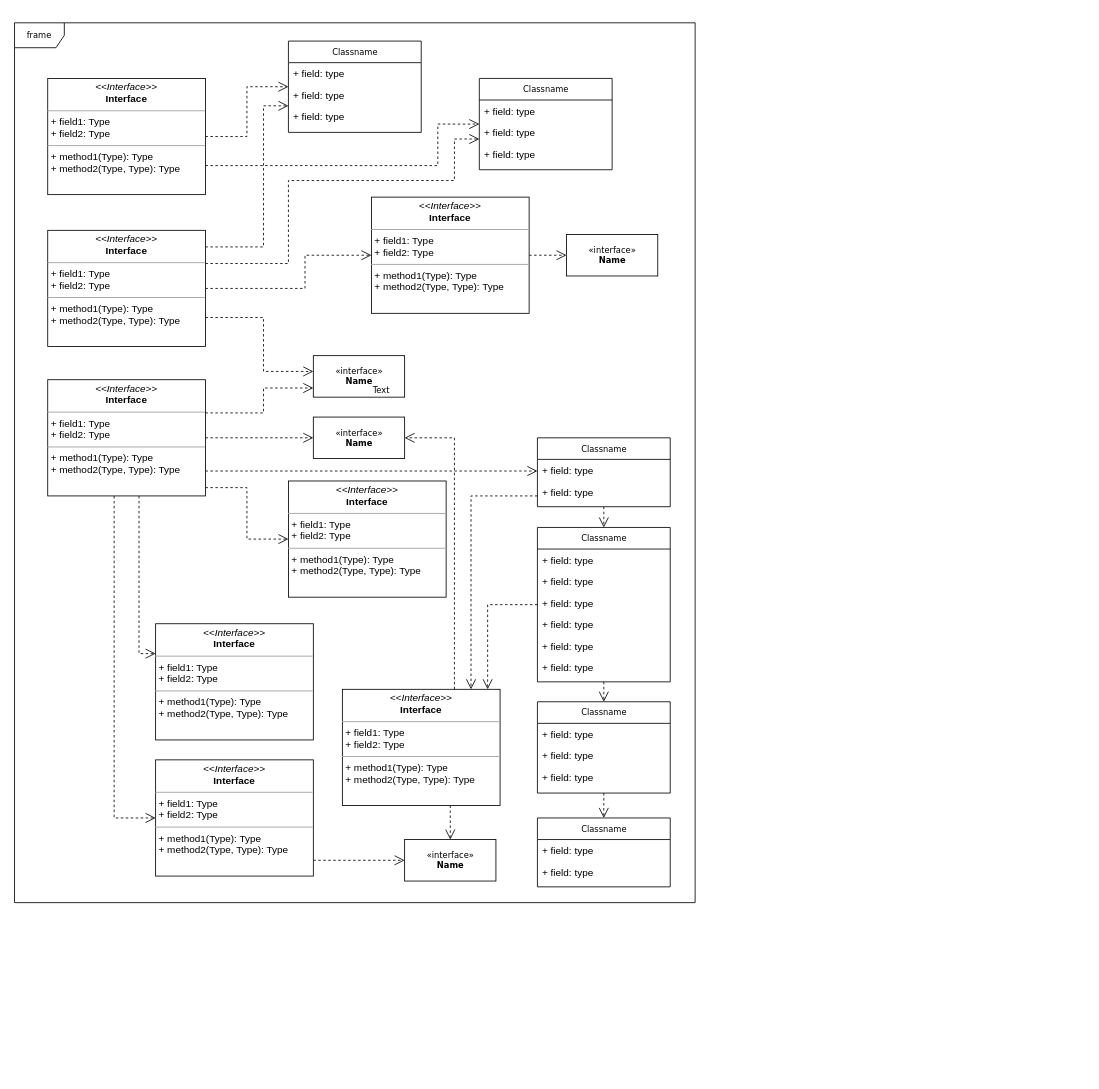
Above: Untitled Diagram.drawio in marcosluduea89/proyecto_programador (draw.io), before the change. Source tidied: cells renumbered, new cells numbered last; positions are measured from the earlier drawing's top-left corner, leaving out a move shared by most shapes. Both pictures are drawn from the tidied source at 83%, with x=0, y=0 at pixel (14, 22).
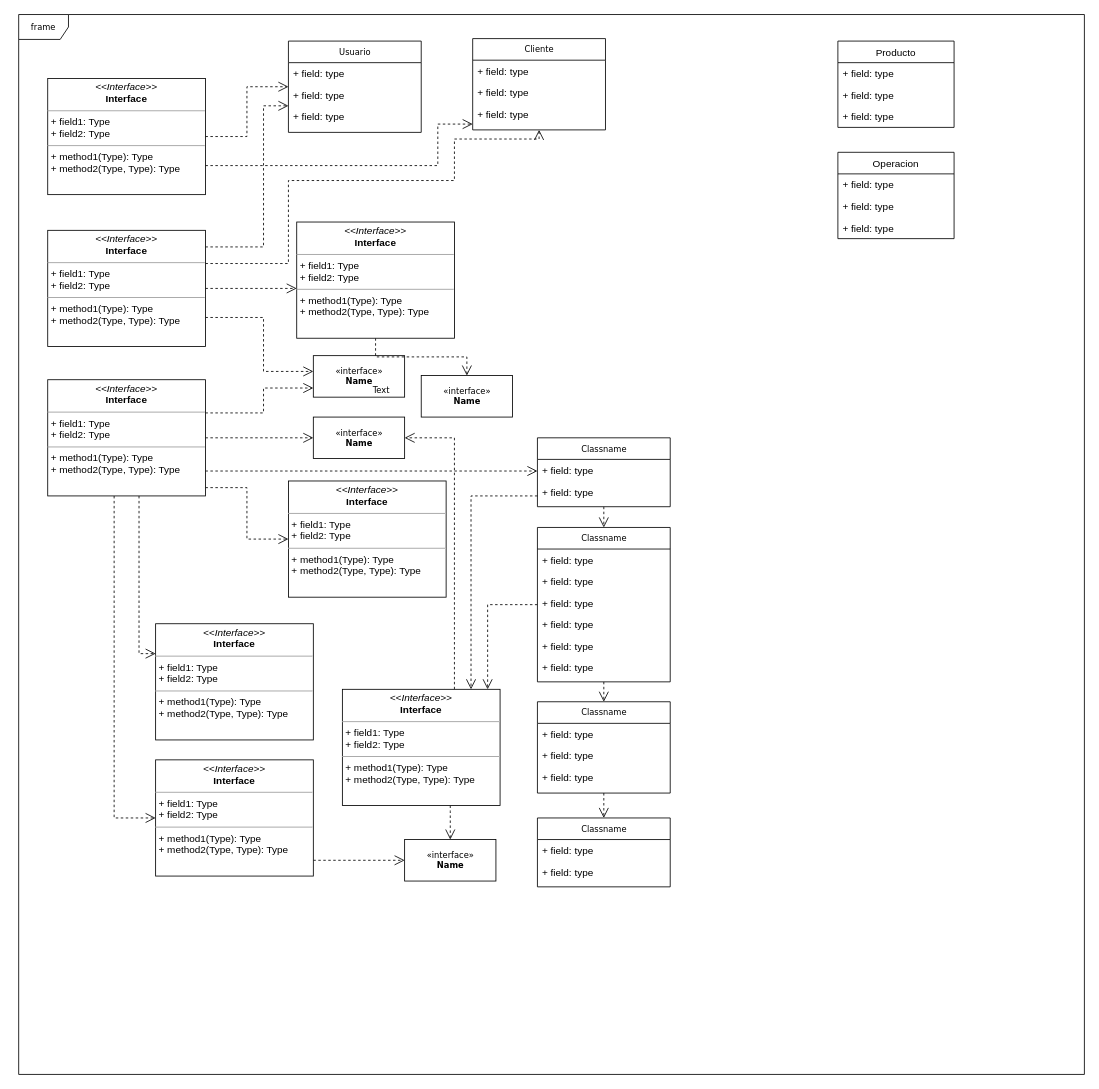
Above is the later version.

Change to the diagram source:
```diff
@@
     <mxCell id="2" value="frame" style="shape=umlFrame;whiteSpace=wrap;html=1;rounded=0;shadow=0;comic=0;labelBackgroundColor=none;strokeWidth=1;fontFamily=Verdana;fontSize=10;align=center;" parent="1" vertex="1">
-      <mxGeometry width="820" height="1060" as="geometry" />
+      <mxGeometry x="5" y="-10" width="1284" height="1277" as="geometry" />
     </mxCell>
@@
-    <mxCell id="12" value="Classname" style="swimlane;html=1;fontStyle=0;horizontal=1;startSize=26;fillColor=none;swimlaneFillColor=#ffffff;rounded=0;shadow=0;comic=0;labelBackgroundColor=none;strokeWidth=1;fontFamily=Verdana;fontSize=10;align=center;" parent="1" vertex="1">
+    <mxCell id="12" value="Usuario" style="swimlane;html=1;fontStyle=0;horizontal=1;startSize=26;fillColor=none;swimlaneFillColor=#ffffff;rounded=0;shadow=0;comic=0;labelBackgroundColor=none;strokeWidth=1;fontFamily=Verdana;fontSize=10;align=center;" parent="1" vertex="1">
       <mxGeometry x="330" y="22" width="160" height="110" as="geometry" />
     </mxCell>
@@
-    <mxCell id="16" value="Classname" style="swimlane;html=1;fontStyle=0;horizontal=1;startSize=26;fillColor=none;swimlaneFillColor=#ffffff;rounded=0;shadow=0;comic=0;labelBackgroundColor=none;strokeWidth=1;fontFamily=Verdana;fontSize=10;align=center;" parent="1" vertex="1">
-      <mxGeometry x="560" y="67" width="160" height="110" as="geometry" />
+    <mxCell id="16" value="Cliente" style="swimlane;html=1;fontStyle=0;horizontal=1;startSize=26;fillColor=none;swimlaneFillColor=#ffffff;rounded=0;shadow=0;comic=0;labelBackgroundColor=none;strokeWidth=1;fontFamily=Verdana;fontSize=10;align=center;" parent="1" vertex="1">
+      <mxGeometry x="552" y="19" width="160" height="110" as="geometry" />
     </mxCell>
@@
     <mxCell id="43" value="&lt;p style=&quot;margin:0px;margin-top:4px;text-align:center;&quot;&gt;&lt;i&gt;&amp;lt;&amp;lt;Interface&amp;gt;&amp;gt;&lt;/i&gt;&lt;br/&gt;&lt;b&gt;Interface&lt;/b&gt;&lt;/p&gt;&lt;hr size=&quot;1&quot;/&gt;&lt;p style=&quot;margin:0px;margin-left:4px;&quot;&gt;+ field1: Type&lt;br/&gt;+ field2: Type&lt;/p&gt;&lt;hr size=&quot;1&quot;/&gt;&lt;p style=&quot;margin:0px;margin-left:4px;&quot;&gt;+ method1(Type): Type&lt;br/&gt;+ method2(Type, Type): Type&lt;/p&gt;" style="verticalAlign=top;align=left;overflow=fill;fontSize=12;fontFamily=Helvetica;html=1;rounded=0;shadow=0;comic=0;labelBackgroundColor=none;strokeWidth=1;" parent="1" vertex="1">
-      <mxGeometry x="430" y="210" width="190" height="140" as="geometry" />
+      <mxGeometry x="340" y="240" width="190" height="140" as="geometry" />
     </mxCell>
@@
     <mxCell id="45" value="&amp;laquo;interface&amp;raquo;&lt;br&gt;&lt;b&gt;Name&lt;/b&gt;" style="html=1;rounded=0;shadow=0;comic=0;labelBackgroundColor=none;strokeWidth=1;fontFamily=Verdana;fontSize=10;align=center;" parent="1" vertex="1">
-      <mxGeometry x="665" y="255" width="110" height="50" as="geometry" />
+      <mxGeometry x="490" y="425" width="110" height="50" as="geometry" />
     </mxCell>
@@
+    <mxCell id="62" value="Producto" style="swimlane;fontStyle=0;horizontal=1;startSize=26;fillColor=none;" parent="1" vertex="1">
+      <mxGeometry x="992" y="22" width="140" height="104" as="geometry" />
+    </mxCell>
+    <mxCell id="63" value="+ field: type" style="text;strokeColor=none;fillColor=none;align=left;verticalAlign=top;spacingLeft=4;spacingRight=4;overflow=hidden;" parent="62" vertex="1">
+      <mxGeometry y="26" width="140" height="26" as="geometry" />
+    </mxCell>
+    <mxCell id="64" value="+ field: type" style="text;strokeColor=none;fillColor=none;align=left;verticalAlign=top;spacingLeft=4;spacingRight=4;overflow=hidden;" parent="62" vertex="1">
+      <mxGeometry y="52" width="140" height="26" as="geometry" />
+    </mxCell>
+    <mxCell id="65" value="+ field: type" style="text;strokeColor=none;fillColor=none;align=left;verticalAlign=top;spacingLeft=4;spacingRight=4;overflow=hidden;" parent="62" vertex="1">
+      <mxGeometry y="78" width="140" height="26" as="geometry" />
+    </mxCell>
+    <mxCell id="66" value="Operacion" style="swimlane;fontStyle=0;horizontal=1;startSize=26;fillColor=none;" parent="1" vertex="1">
+      <mxGeometry x="992" y="156" width="140" height="104" as="geometry" />
+    </mxCell>
+    <mxCell id="67" value="+ field: type" style="text;strokeColor=none;fillColor=none;align=left;verticalAlign=top;spacingLeft=4;spacingRight=4;overflow=hidden;" parent="66" vertex="1">
+      <mxGeometry y="26" width="140" height="26" as="geometry" />
+    </mxCell>
+    <mxCell id="68" value="+ field: type" style="text;strokeColor=none;fillColor=none;align=left;verticalAlign=top;spacingLeft=4;spacingRight=4;overflow=hidden;" parent="66" vertex="1">
+      <mxGeometry y="52" width="140" height="26" as="geometry" />
+    </mxCell>
+    <mxCell id="69" value="+ field: type" style="text;strokeColor=none;fillColor=none;align=left;verticalAlign=top;spacingLeft=4;spacingRight=4;overflow=hidden;" parent="66" vertex="1">
+      <mxGeometry y="78" width="140" height="26" as="geometry" />
+    </mxCell>
```
